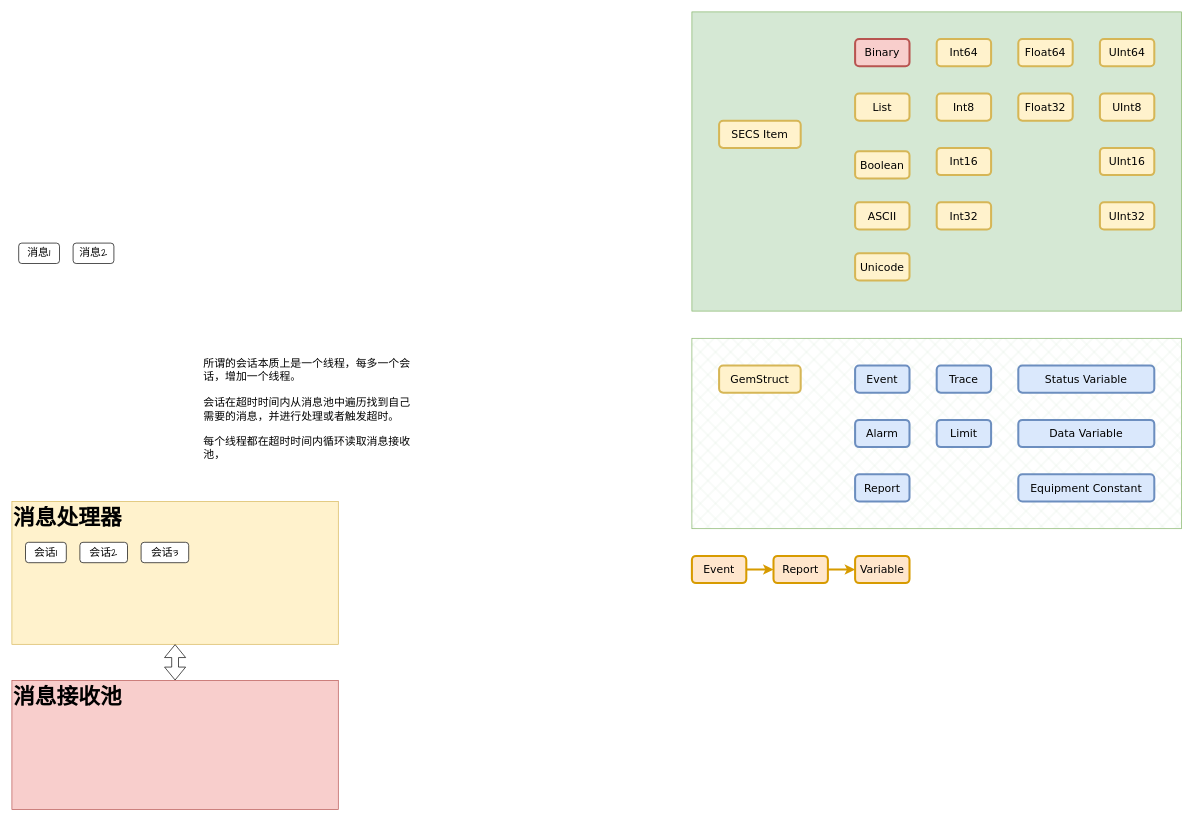
ZerosZhang/Draft-Record keeps this draw.io diagram as page "SECS/Gem消息处理机制" (2 of 6) of 流程图绘制.drawio. Above is the earlier version. Source tidied: cells renumbered, new cells numbered last; positions are measured from the earlier drawing's top-left corner, leaving out a move shared by most shapes. Both pictures are drawn from the tidied source at 68%, with x=0, y=0 at pixel (12, 12).
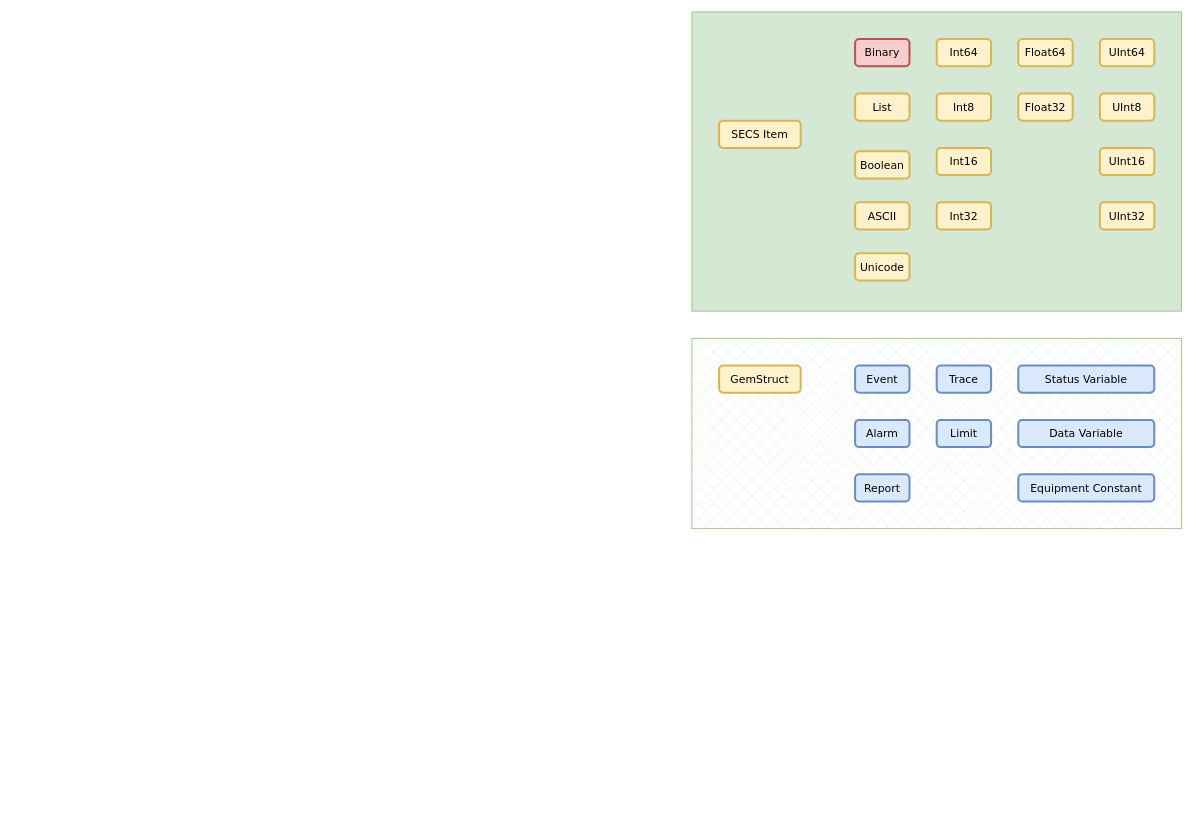
Above is the later version.

What changed in the source:
```diff
@@
-    <mxCell id="4" value="&lt;h1 style=&quot;margin-top: 0px;&quot;&gt;消息处理器&lt;/h1&gt;&lt;p&gt;&lt;br&gt;&lt;/p&gt;" style="text;html=1;whiteSpace=wrap;overflow=hidden;rounded=0;fontFamily=Comic Sans MS;fontSize=16;fillColor=#fff2cc;strokeColor=#d6b656;" parent="1" vertex="1">
-      <mxGeometry y="720" width="480" height="210" as="geometry" />
-    </mxCell>
-    <mxCell id="5" value="会话1" style="rounded=1;whiteSpace=wrap;html=1;fontFamily=Comic Sans MS;fontSize=16;" parent="1" vertex="1">
-      <mxGeometry x="20" y="780" width="60" height="30" as="geometry" />
-    </mxCell>
-    <mxCell id="6" value="会话2" style="rounded=1;whiteSpace=wrap;html=1;fontFamily=Comic Sans MS;fontSize=16;" parent="1" vertex="1">
-      <mxGeometry x="100" y="780" width="70" height="30" as="geometry" />
-    </mxCell>
-    <mxCell id="7" value="会话3" style="rounded=1;whiteSpace=wrap;html=1;fontFamily=Comic Sans MS;strokeColor=default;align=center;verticalAlign=middle;fontSize=16;fontColor=default;fillColor=default;" parent="1" vertex="1">
-      <mxGeometry x="190" y="780" width="70" height="30" as="geometry" />
-    </mxCell>
-    <mxCell id="8" value="&lt;h1 style=&quot;margin-top: 0px;&quot;&gt;消息接收池&lt;/h1&gt;&lt;p&gt;&lt;br&gt;&lt;/p&gt;" style="text;html=1;whiteSpace=wrap;overflow=hidden;rounded=0;fontFamily=Comic Sans MS;fontSize=16;fillColor=#f8cecc;strokeColor=#b85450;" parent="1" vertex="1">
-      <mxGeometry y="983" width="480" height="190" as="geometry" />
-    </mxCell>
-    <mxCell id="9" value="消息2" style="rounded=1;whiteSpace=wrap;html=1;fontFamily=Comic Sans MS;strokeColor=default;align=center;verticalAlign=middle;fontSize=16;fontColor=default;fillColor=default;" parent="1" vertex="1">
-      <mxGeometry x="90" y="340" width="60" height="30" as="geometry" />
-    </mxCell>
-    <mxCell id="10" value="消息1" style="rounded=1;whiteSpace=wrap;html=1;fontFamily=Comic Sans MS;strokeColor=default;align=center;verticalAlign=middle;fontSize=16;fontColor=default;fillColor=default;" parent="1" vertex="1">
-      <mxGeometry x="10" y="340" width="60" height="30" as="geometry" />
-    </mxCell>
-    <mxCell id="11" style="shape=flexArrow;endArrow=classic;startArrow=classic;html=1;rounded=0;fontFamily=Comic Sans MS;fontSize=16;fontColor=default;" parent="1" edge="1" source="4" target="8">
-      <mxGeometry relative="1" as="geometry" />
-    </mxCell>
-    <mxCell id="12" value="所谓的会话本质上是一个线程，每多一个会话，增加一个线程。&lt;div&gt;&lt;br&gt;&lt;/div&gt;&lt;div&gt;会话在超时时间内从消息池中遍历找到自己需要的消息，并进行处理或者触发超时。&lt;/div&gt;&lt;div&gt;&lt;br&gt;&lt;/div&gt;&lt;div&gt;每个线程都在超时时间内循环读取消息接收池，&lt;/div&gt;" style="text;html=1;align=left;verticalAlign=middle;whiteSpace=wrap;rounded=0;fontFamily=Comic Sans MS;fontSize=16;fontColor=default;" parent="1" vertex="1">
-      <mxGeometry x="280" y="490" width="320" height="190" as="geometry" />
-    </mxCell>
@@
-    <mxCell id="38" style="edgeStyle=orthogonalEdgeStyle;rounded=0;jettySize=auto;html=1;fillColor=#ffe6cc;strokeColor=#d79b00;strokeWidth=3;" parent="1" edge="1" source="39" target="41">
-      <mxGeometry relative="1" as="geometry" />
-    </mxCell>
-    <mxCell id="39" value="Event" style="whiteSpace=wrap;html=1;rounded=1;fillStyle=auto;strokeColor=#d79b00;strokeWidth=3;align=center;verticalAlign=middle;fontFamily=Verdana;fontSize=16;labelBackgroundColor=none;fillColor=#ffe6cc;" parent="1" vertex="1">
-      <mxGeometry x="1000" y="800" width="80" height="40" as="geometry" />
-    </mxCell>
-    <mxCell id="40" style="edgeStyle=orthogonalEdgeStyle;rounded=0;jettySize=auto;html=1;fillColor=#ffe6cc;strokeColor=#d79b00;strokeWidth=3;" parent="1" edge="1" source="41" target="42">
-      <mxGeometry relative="1" as="geometry" />
-    </mxCell>
-    <mxCell id="41" value="Report" style="whiteSpace=wrap;html=1;rounded=1;fillStyle=auto;strokeColor=#d79b00;strokeWidth=3;align=center;verticalAlign=middle;fontFamily=Verdana;fontSize=16;labelBackgroundColor=none;fillColor=#ffe6cc;" parent="1" vertex="1">
-      <mxGeometry x="1120" y="800" width="80" height="40" as="geometry" />
-    </mxCell>
-    <mxCell id="42" value="Variable" style="whiteSpace=wrap;html=1;rounded=1;fillStyle=auto;strokeColor=#d79b00;strokeWidth=3;align=center;verticalAlign=middle;fontFamily=Verdana;fontSize=16;labelBackgroundColor=none;fillColor=#ffe6cc;" parent="1" vertex="1">
-      <mxGeometry x="1240" y="800" width="80" height="40" as="geometry" />
-    </mxCell>
```
